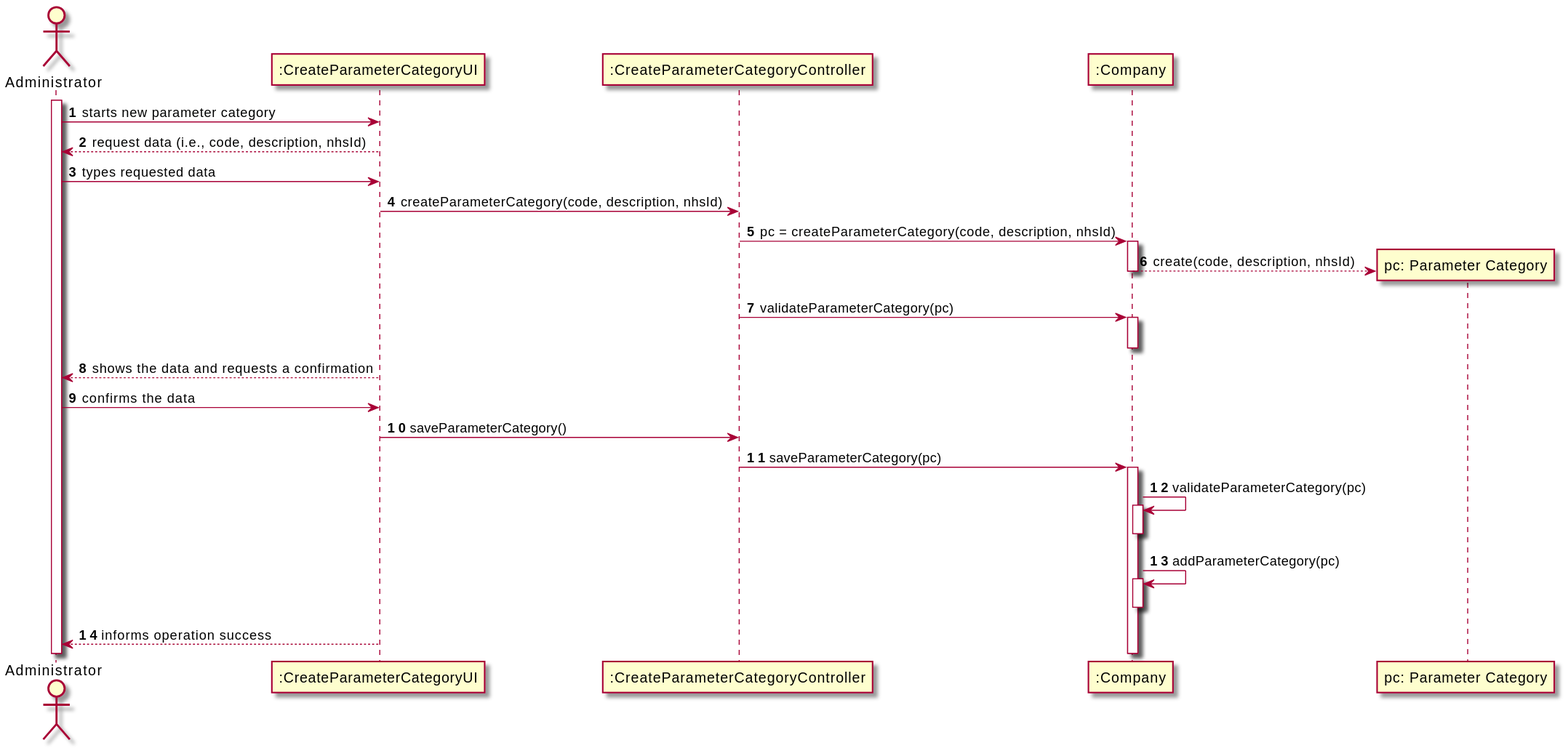
This is docs/SprintB/US11/US11-SD.svg from 0franciscor/lei-21-s2-1de-g19, a PlantUML export, as it was before one commit.
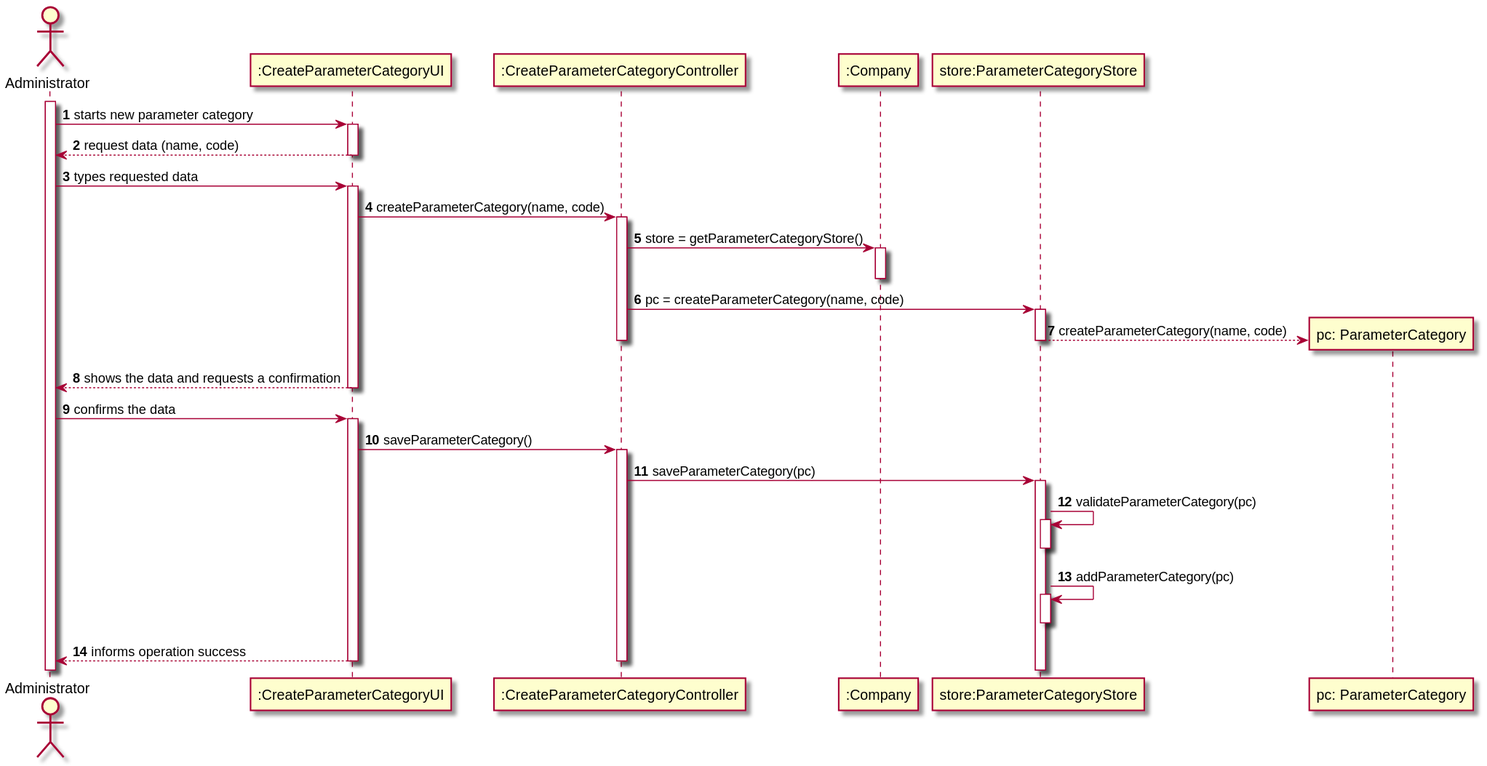
After the change.

The edit, as a diff of the source:
```diff
@@ -4,30 +4,54 @@
 actor "Administrator" as A
 activate A
 
+A -> ":CreateParameterCategoryUI" : starts new parameter category
+activate ":CreateParameterCategoryUI"
+":CreateParameterCategoryUI" --> A: request data (name, code)
+deactivate ":CreateParameterCategoryUI"
 
-A -> ":CreateParameterCategoryUI" : starts new parameter category
-":CreateParameterCategoryUI" --> A: request data (i.e., code, description, nhsId)
+
 A -> ":CreateParameterCategoryUI" : types requested data
-":CreateParameterCategoryUI" -> ":CreateParameterCategoryController": createParameterCategory(code, description, nhsId)
-":CreateParameterCategoryController" -> ":Company" : pc = createParameterCategory(code, description, nhsId)
-activate ":Company"
-create "pc: Parameter Category"
-":Company" --> "pc: Parameter Category": create(code, description, nhsId)
-deactivate ":Company"
-":CreateParameterCategoryController" -> ":Company" : validateParameterCategory(pc)
+activate ":CreateParameterCategoryUI"
+
+":CreateParameterCategoryUI" -> ":CreateParameterCategoryController": createParameterCategory(name, code)
+activate ":CreateParameterCategoryController"
+
+":CreateParameterCategoryController" -> ":Company": store = getParameterCategoryStore()
 activate ":Company"
 deactivate ":Company"
+
+
+
+":CreateParameterCategoryController" -> "store:ParameterCategoryStore" : pc = createParameterCategory(name, code)
+create "pc: ParameterCategory"
+activate "store:ParameterCategoryStore"
+"store:ParameterCategoryStore" --> "pc: ParameterCategory": createParameterCategory(name, code)
+deactivate "store:ParameterCategoryStore"
+
+deactivate ":CreateParameterCategoryController"
+deactivate ":Company"
+
+
+
 ":CreateParameterCategoryUI" --> A: shows the data and requests a confirmation
+deactivate ":CreateParameterCategoryUI"
 A -> ":CreateParameterCategoryUI": confirms the data
+activate ":CreateParameterCategoryUI"
 ":CreateParameterCategoryUI" -> ":CreateParameterCategoryController": saveParameterCategory()
-":CreateParameterCategoryController" -> ":Company" ++: saveParameterCategory(pc)
 
-":Company" -> ":Company": validateParameterCategory(pc)
-activate ":Company"
-deactivate ":Company"
-":Company" -> ":Company": addParameterCategory(pc)
-activate ":Company"
-deactivate ":Company"
+activate ":CreateParameterCategoryController"
+":CreateParameterCategoryController" -> "store:ParameterCategoryStore" ++: saveParameterCategory(pc)
+
+
+"store:ParameterCategoryStore" -> "store:ParameterCategoryStore": validateParameterCategory(pc)
+activate "store:ParameterCategoryStore"
+deactivate "store:ParameterCategoryStore"
+"store:ParameterCategoryStore" -> "store:ParameterCategoryStore": addParameterCategory(pc)
+activate "store:ParameterCategoryStore"
+deactivate "store:ParameterCategoryStore"
+
 ":CreateParameterCategoryUI" --> A: informs operation success
+deactivate ":CreateParameterCategoryController"
+deactivate ":CreateParameterCategoryUI"
 
 @enduml
```
